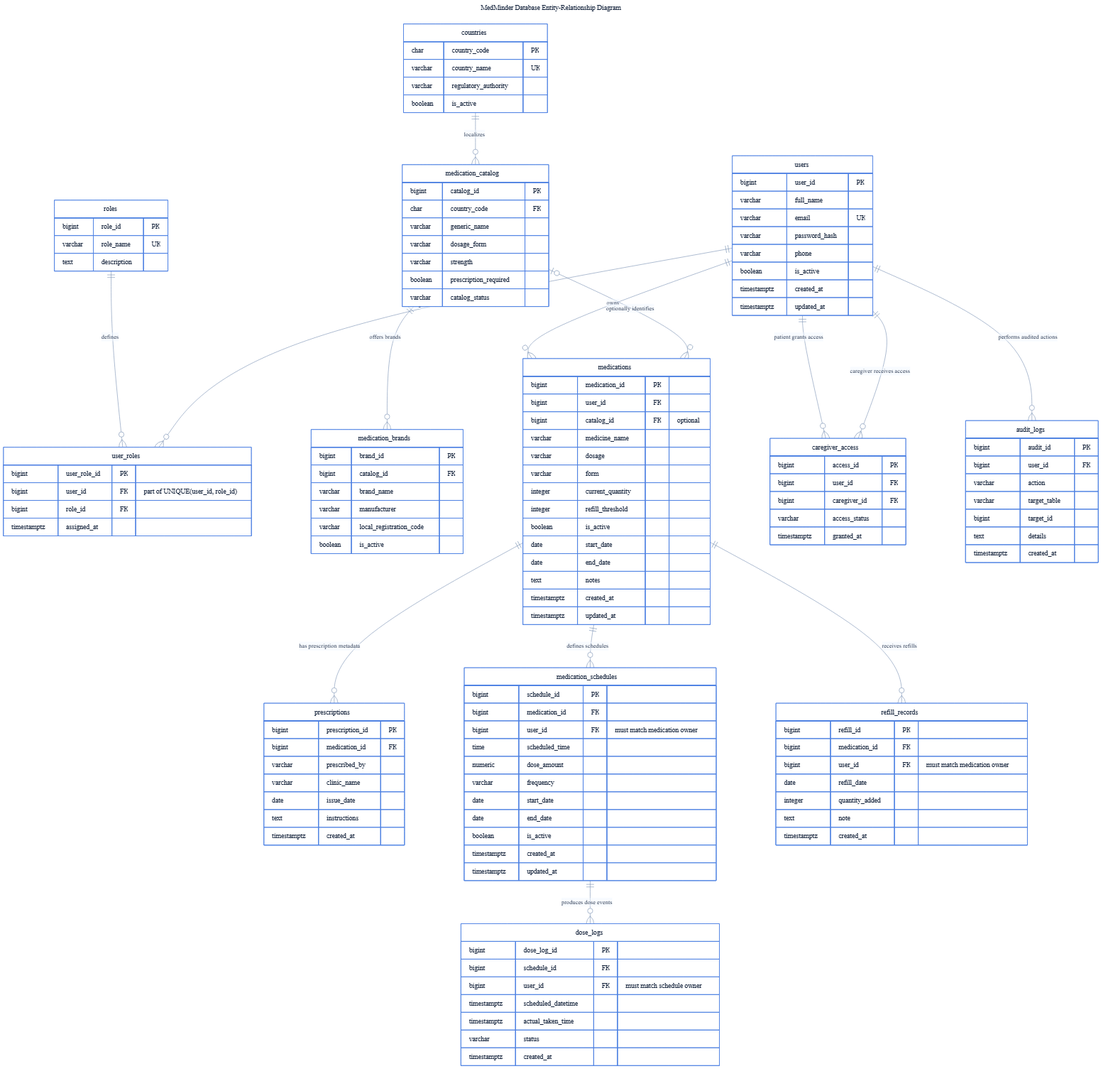
Before: docs/medminder-er-diagram.png, a diagram exported from Mermaid (XYDragon603/db_project). Its source is kept beside it as docs/medminder-er-diagram.mmd.
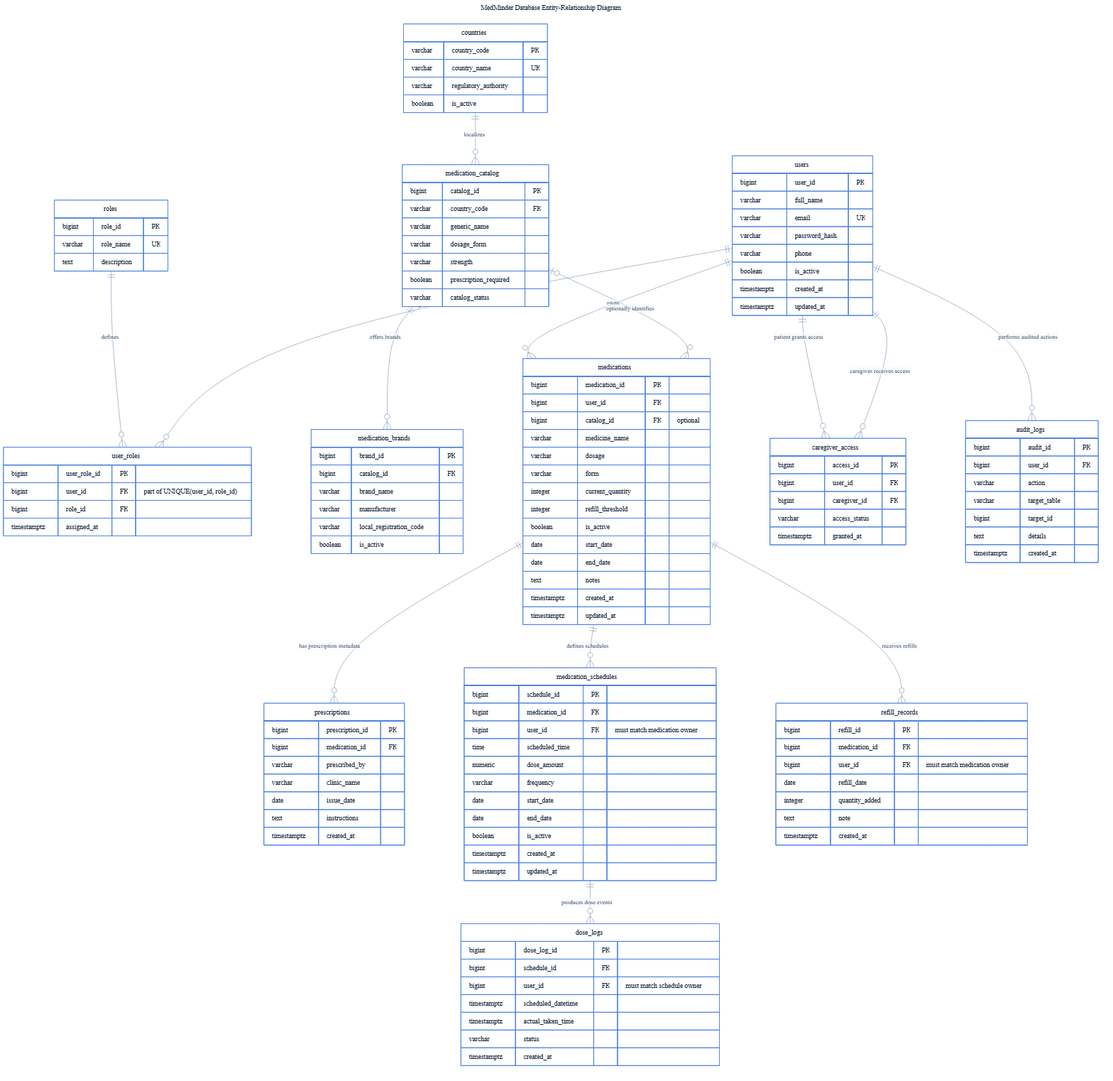
Later version of the same file.

Commit message:
Fix medication catalog country code schema type

Diff of the diagram source:
```diff
@@ -48,7 +48,7 @@
     }
 
     countries {
-        char country_code PK
+        varchar country_code PK
         varchar country_name UK
         varchar regulatory_authority
         boolean is_active
@@ -56,7 +56,7 @@
 
     medication_catalog {
         bigint catalog_id PK
-        char country_code FK
+        varchar country_code FK
         varchar generic_name
         varchar dosage_form
         varchar strength
```
